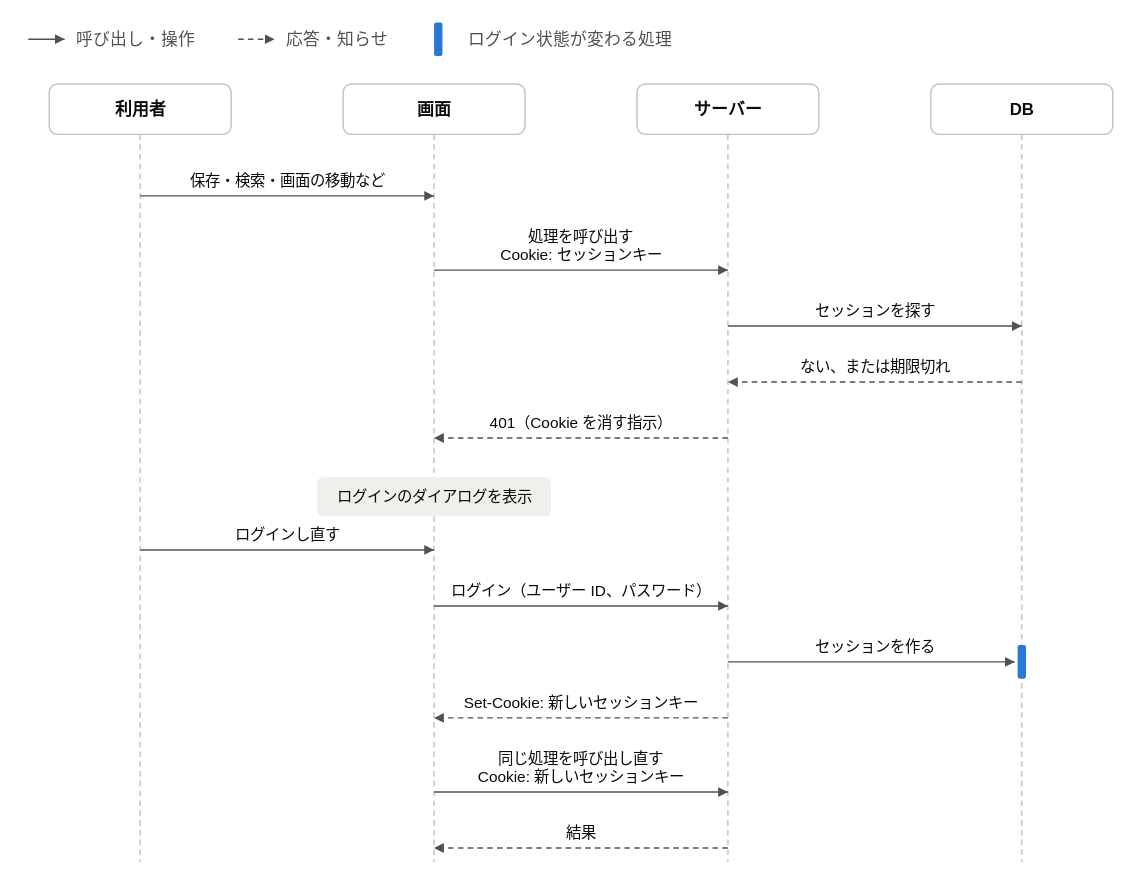
Above: demo/101_販売管理システム/標準仕様書/images/ログインの流れ_ログイン状態が切れていたとき.drawio.svg in halllky/NijoAppScaffold (draw.io), before the change. Source tidied: cells renumbered, new cells last; positions are measured from the earlier drawing's top-left corner, leaving out a move shared by most shapes.
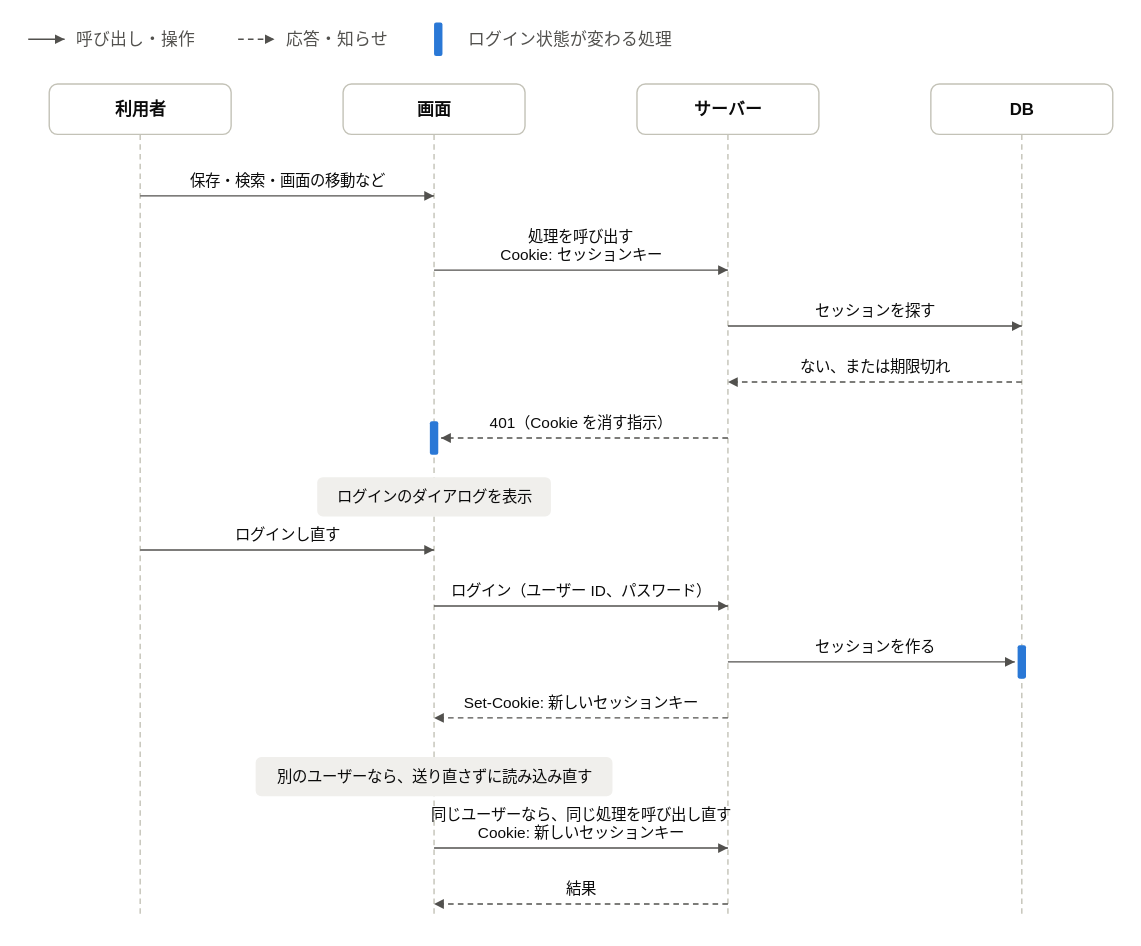
After the change.

Commit message:
デモ101 標準仕様書13章の流れ図を、本文の条件と食い違って見えないように直す

- ログインとログアウトの図：このタブは同じ URL のまま読み込み直すこと（AUTH-005）、ほかのタブはユーザーが変わったタブ、ログイン中だったタブだけが読み込み直すことを注記にする。
- ログイン状態が切れていたときの図：Cookie を消させる段に、ログイン状態が変わる処理の印を付ける。別のユーザーでログインし直したときは送り直さずに読み込み直し、同じユーザーのときだけ呼び出し直す分かれ道を描く。

Claude-Session: https://claude.ai/code/session_01VmEwDMyciJ5svY5fNVQSZm

Diff of the diagram source:
```diff
@@ -29,25 +29,25 @@
     <mxCell id="8" style="html=1;rounded=0;endArrow=none;endFill=1;endSize=6;startArrow=none;strokeColor=#c3c2b7;strokeWidth=1;fontSize=11;fontColor=#52514e;labelBackgroundColor=#ffffff;dashed=1;dashPattern=4 3;" parent="1" edge="1">
       <mxGeometry relative="1" as="geometry">
         <mxPoint x="80" y="80" as="sourcePoint" />
-        <mxPoint x="80" y="600" as="targetPoint" />
+        <mxPoint x="80" y="640" as="targetPoint" />
       </mxGeometry>
     </mxCell>
     <mxCell id="9" style="html=1;rounded=0;endArrow=none;endFill=1;endSize=6;startArrow=none;strokeColor=#c3c2b7;strokeWidth=1;fontSize=11;fontColor=#52514e;labelBackgroundColor=#ffffff;dashed=1;dashPattern=4 3;" parent="1" edge="1">
       <mxGeometry relative="1" as="geometry">
         <mxPoint x="290" y="80" as="sourcePoint" />
-        <mxPoint x="290" y="600" as="targetPoint" />
+        <mxPoint x="290" y="640" as="targetPoint" />
       </mxGeometry>
     </mxCell>
     <mxCell id="10" style="html=1;rounded=0;endArrow=none;endFill=1;endSize=6;startArrow=none;strokeColor=#c3c2b7;strokeWidth=1;fontSize=11;fontColor=#52514e;labelBackgroundColor=#ffffff;dashed=1;dashPattern=4 3;" parent="1" edge="1">
       <mxGeometry relative="1" as="geometry">
         <mxPoint x="500" y="80" as="sourcePoint" />
-        <mxPoint x="500" y="600" as="targetPoint" />
+        <mxPoint x="500" y="640" as="targetPoint" />
       </mxGeometry>
     </mxCell>
     <mxCell id="11" style="html=1;rounded=0;endArrow=none;endFill=1;endSize=6;startArrow=none;strokeColor=#c3c2b7;strokeWidth=1;fontSize=11;fontColor=#52514e;labelBackgroundColor=#ffffff;dashed=1;dashPattern=4 3;" parent="1" edge="1">
       <mxGeometry relative="1" as="geometry">
         <mxPoint x="710" y="80" as="sourcePoint" />
-        <mxPoint x="710" y="600" as="targetPoint" />
+        <mxPoint x="710" y="640" as="targetPoint" />
       </mxGeometry>
     </mxCell>
     <mxCell id="12" style="rounded=1;absoluteArcSize=1;arcSize=12;html=1;fillColor=#ffffff;strokeColor=#c3c2b7;strokeWidth=1;" parent="1" vertex="1">
@@ -113,74 +113,83 @@
     <mxCell id="28" style="html=1;rounded=0;endArrow=block;endFill=1;endSize=6;startArrow=none;strokeColor=#52514e;strokeWidth=1;fontSize=11;fontColor=#52514e;labelBackgroundColor=#ffffff;dashed=1;dashPattern=4 3;" parent="1" edge="1">
       <mxGeometry relative="1" as="geometry">
         <mxPoint x="500" y="297" as="sourcePoint" />
-        <mxPoint x="290" y="297" as="targetPoint" />
+        <mxPoint x="295" y="297" as="targetPoint" />
       </mxGeometry>
     </mxCell>
-    <mxCell id="29" value="401（Cookie を消す指示）" style="text;html=1;align=center;verticalAlign=middle;fontSize=11;fontColor=#0b0b0b;fontStyle=0;spacing=0;" parent="1" vertex="1">
-      <mxGeometry x="290" y="278" width="210" height="13" as="geometry" />
+    <mxCell id="29" style="rounded=1;absoluteArcSize=1;arcSize=3;html=1;fillColor=#2a78d6;strokeColor=none;strokeWidth=1;" parent="1" vertex="1">
+      <mxGeometry x="287" y="285" width="6" height="24" as="geometry" />
     </mxCell>
-    <mxCell id="30" style="rounded=1;absoluteArcSize=1;arcSize=8;html=1;fillColor=#f0efec;strokeColor=none;strokeWidth=1;" parent="1" vertex="1">
-      <mxGeometry x="206.5" y="325" width="167" height="28" as="geometry" />
+    <mxCell id="30" value="401（Cookie を消す指示）" style="text;html=1;align=center;verticalAlign=middle;fontSize=11;fontColor=#0b0b0b;fontStyle=0;spacing=0;" parent="1" vertex="1">
+      <mxGeometry x="290" y="278" width="210" height="13" as="geometry" />
     </mxCell>
-    <mxCell id="31" value="ログインのダイアログを表示" style="text;html=1;align=center;verticalAlign=middle;fontSize=11;fontColor=#0b0b0b;fontStyle=0;spacing=0;" parent="1" vertex="1">
-      <mxGeometry x="210.5" y="325" width="159" height="28" as="geometry" />
+    <mxCell id="31" style="rounded=1;absoluteArcSize=1;arcSize=8;html=1;fillColor=#f0efec;strokeColor=none;strokeWidth=1;" parent="1" vertex="1">
+      <mxGeometry x="206.5" y="325" width="167" height="28" as="geometry" />
     </mxCell>
-    <mxCell id="32" style="html=1;rounded=0;endArrow=block;endFill=1;endSize=6;startArrow=none;strokeColor=#52514e;strokeWidth=1;fontSize=11;fontColor=#52514e;labelBackgroundColor=#ffffff;" parent="1" edge="1">
-      <mxGeometry relative="1" as="geometry">
-        <mxPoint x="80" y="377" as="sourcePoint" />
-        <mxPoint x="290" y="377" as="targetPoint" />
-      </mxGeometry>
+    <mxCell id="32" value="ログインのダイアログを表示" style="text;html=1;align=center;verticalAlign=middle;fontSize=11;fontColor=#0b0b0b;fontStyle=0;spacing=0;" parent="1" vertex="1">
+      <mxGeometry x="210.5" y="325" width="159" height="28" as="geometry" />
     </mxCell>
-    <mxCell id="33" value="ログインし直す" style="text;html=1;align=center;verticalAlign=middle;fontSize=11;fontColor=#0b0b0b;fontStyle=0;spacing=0;" parent="1" vertex="1">
-      <mxGeometry x="80" y="358" width="210" height="13" as="geometry" />
+    <mxCell id="33" style="html=1;rounded=0;endArrow=block;endFill=1;endSize=6;startArrow=none;strokeColor=#52514e;strokeWidth=1;fontSize=11;fontColor=#52514e;labelBackgroundColor=#ffffff;" parent="1" edge="1">
+      <mxGeometry relative="1" as="geometry">
+        <mxPoint x="80" y="377" as="sourcePoint" />
+        <mxPoint x="290" y="377" as="targetPoint" />
+      </mxGeometry>
     </mxCell>
-    <mxCell id="34" style="html=1;rounded=0;endArrow=block;endFill=1;endSize=6;startArrow=none;strokeColor=#52514e;strokeWidth=1;fontSize=11;fontColor=#52514e;labelBackgroundColor=#ffffff;" parent="1" edge="1">
-      <mxGeometry relative="1" as="geometry">
-        <mxPoint x="290" y="417" as="sourcePoint" />
-        <mxPoint x="500" y="417" as="targetPoint" />
-      </mxGeometry>
+    <mxCell id="34" value="ログインし直す" style="text;html=1;align=center;verticalAlign=middle;fontSize=11;fontColor=#0b0b0b;fontStyle=0;spacing=0;" parent="1" vertex="1">
+      <mxGeometry x="80" y="358" width="210" height="13" as="geometry" />
     </mxCell>
-    <mxCell id="35" value="ログイン（ユーザー ID、パスワード）" style="text;html=1;align=center;verticalAlign=middle;fontSize=11;fontColor=#0b0b0b;fontStyle=0;spacing=0;" parent="1" vertex="1">
-      <mxGeometry x="290" y="398" width="210" height="13" as="geometry" />
+    <mxCell id="35" style="html=1;rounded=0;endArrow=block;endFill=1;endSize=6;startArrow=none;strokeColor=#52514e;strokeWidth=1;fontSize=11;fontColor=#52514e;labelBackgroundColor=#ffffff;" parent="1" edge="1">
+      <mxGeometry relative="1" as="geometry">
+        <mxPoint x="290" y="417" as="sourcePoint" />
+        <mxPoint x="500" y="417" as="targetPoint" />
+      </mxGeometry>
     </mxCell>
-    <mxCell id="36" style="html=1;rounded=0;endArrow=block;endFill=1;endSize=6;startArrow=none;strokeColor=#52514e;strokeWidth=1;fontSize=11;fontColor=#52514e;labelBackgroundColor=#ffffff;" parent="1" edge="1">
-      <mxGeometry relative="1" as="geometry">
-        <mxPoint x="500" y="457" as="sourcePoint" />
-        <mxPoint x="705" y="457" as="targetPoint" />
-      </mxGeometry>
+    <mxCell id="36" value="ログイン（ユーザー ID、パスワード）" style="text;html=1;align=center;verticalAlign=middle;fontSize=11;fontColor=#0b0b0b;fontStyle=0;spacing=0;" parent="1" vertex="1">
+      <mxGeometry x="290" y="398" width="210" height="13" as="geometry" />
     </mxCell>
-    <mxCell id="37" style="rounded=1;absoluteArcSize=1;arcSize=3;html=1;fillColor=#2a78d6;strokeColor=none;strokeWidth=1;" parent="1" vertex="1">
-      <mxGeometry x="707" y="445" width="6" height="24" as="geometry" />
+    <mxCell id="37" style="html=1;rounded=0;endArrow=block;endFill=1;endSize=6;startArrow=none;strokeColor=#52514e;strokeWidth=1;fontSize=11;fontColor=#52514e;labelBackgroundColor=#ffffff;" parent="1" edge="1">
+      <mxGeometry relative="1" as="geometry">
+        <mxPoint x="500" y="457" as="sourcePoint" />
+        <mxPoint x="705" y="457" as="targetPoint" />
+      </mxGeometry>
     </mxCell>
-    <mxCell id="38" value="セッションを作る" style="text;html=1;align=center;verticalAlign=middle;fontSize=11;fontColor=#0b0b0b;fontStyle=0;spacing=0;" parent="1" vertex="1">
-      <mxGeometry x="500" y="438" width="210" height="13" as="geometry" />
+    <mxCell id="38" style="rounded=1;absoluteArcSize=1;arcSize=3;html=1;fillColor=#2a78d6;strokeColor=none;strokeWidth=1;" parent="1" vertex="1">
+      <mxGeometry x="707" y="445" width="6" height="24" as="geometry" />
     </mxCell>
-    <mxCell id="39" style="html=1;rounded=0;endArrow=block;endFill=1;endSize=6;startArrow=none;strokeColor=#52514e;strokeWidth=1;fontSize=11;fontColor=#52514e;labelBackgroundColor=#ffffff;dashed=1;dashPattern=4 3;" parent="1" edge="1">
-      <mxGeometry relative="1" as="geometry">
-        <mxPoint x="500" y="497" as="sourcePoint" />
-        <mxPoint x="290" y="497" as="targetPoint" />
-      </mxGeometry>
+    <mxCell id="39" value="セッションを作る" style="text;html=1;align=center;verticalAlign=middle;fontSize=11;fontColor=#0b0b0b;fontStyle=0;spacing=0;" parent="1" vertex="1">
+      <mxGeometry x="500" y="438" width="210" height="13" as="geometry" />
     </mxCell>
-    <mxCell id="40" value="Set-Cookie: 新しいセッションキー" style="text;html=1;align=center;verticalAlign=middle;fontSize=11;fontColor=#0b0b0b;fontStyle=0;spacing=0;" parent="1" vertex="1">
-      <mxGeometry x="290" y="478" width="210" height="13" as="geometry" />
+    <mxCell id="40" style="html=1;rounded=0;endArrow=block;endFill=1;endSize=6;startArrow=none;strokeColor=#52514e;strokeWidth=1;fontSize=11;fontColor=#52514e;labelBackgroundColor=#ffffff;dashed=1;dashPattern=4 3;" parent="1" edge="1">
+      <mxGeometry relative="1" as="geometry">
+        <mxPoint x="500" y="497" as="sourcePoint" />
+        <mxPoint x="290" y="497" as="targetPoint" />
+      </mxGeometry>
     </mxCell>
-    <mxCell id="41" style="html=1;rounded=0;endArrow=block;endFill=1;endSize=6;startArrow=none;strokeColor=#52514e;strokeWidth=1;fontSize=11;fontColor=#52514e;labelBackgroundColor=#ffffff;" parent="1" edge="1">
-      <mxGeometry relative="1" as="geometry">
-        <mxPoint x="290" y="550" as="sourcePoint" />
-        <mxPoint x="500" y="550" as="targetPoint" />
-      </mxGeometry>
+    <mxCell id="41" value="Set-Cookie: 新しいセッションキー" style="text;html=1;align=center;verticalAlign=middle;fontSize=11;fontColor=#0b0b0b;fontStyle=0;spacing=0;" parent="1" vertex="1">
+      <mxGeometry x="290" y="478" width="210" height="13" as="geometry" />
     </mxCell>
-    <mxCell id="42" value="同じ処理を呼び出し直す&lt;br&gt;Cookie: 新しいセッションキー" style="text;html=1;align=center;verticalAlign=middle;fontSize=11;fontColor=#0b0b0b;fontStyle=0;spacing=0;" parent="1" vertex="1">
-      <mxGeometry x="290" y="518" width="210" height="26" as="geometry" />
+    <mxCell id="42" style="rounded=1;absoluteArcSize=1;arcSize=8;html=1;fillColor=#f0efec;strokeColor=none;strokeWidth=1;" parent="1" vertex="1">
+      <mxGeometry x="162.5" y="525" width="255" height="28" as="geometry" />
     </mxCell>
-    <mxCell id="43" style="html=1;rounded=0;endArrow=block;endFill=1;endSize=6;startArrow=none;strokeColor=#52514e;strokeWidth=1;fontSize=11;fontColor=#52514e;labelBackgroundColor=#ffffff;dashed=1;dashPattern=4 3;" parent="1" edge="1">
-      <mxGeometry relative="1" as="geometry">
-        <mxPoint x="500" y="590" as="sourcePoint" />
-        <mxPoint x="290" y="590" as="targetPoint" />
-      </mxGeometry>
+    <mxCell id="43" value="別のユーザーなら、送り直さずに読み込み直す" style="text;html=1;align=center;verticalAlign=middle;fontSize=11;fontColor=#0b0b0b;fontStyle=0;spacing=0;" parent="1" vertex="1">
+      <mxGeometry x="166.5" y="525" width="247" height="28" as="geometry" />
     </mxCell>
-    <mxCell id="44" value="結果" style="text;html=1;align=center;verticalAlign=middle;fontSize=11;fontColor=#0b0b0b;fontStyle=0;spacing=0;" parent="1" vertex="1">
-      <mxGeometry x="290" y="571" width="210" height="13" as="geometry" />
+    <mxCell id="44" style="html=1;rounded=0;endArrow=block;endFill=1;endSize=6;startArrow=none;strokeColor=#52514e;strokeWidth=1;fontSize=11;fontColor=#52514e;labelBackgroundColor=#ffffff;" parent="1" edge="1">
+      <mxGeometry relative="1" as="geometry">
+        <mxPoint x="290" y="590" as="sourcePoint" />
+        <mxPoint x="500" y="590" as="targetPoint" />
+      </mxGeometry>
     </mxCell>
+    <mxCell id="45" value="同じユーザーなら、同じ処理を呼び出し直す&lt;br&gt;Cookie: 新しいセッションキー" style="text;html=1;align=center;verticalAlign=middle;fontSize=11;fontColor=#0b0b0b;fontStyle=0;spacing=0;" parent="1" vertex="1">
+      <mxGeometry x="285" y="558" width="220" height="26" as="geometry" />
+    </mxCell>
+    <mxCell id="46" style="html=1;rounded=0;endArrow=block;endFill=1;endSize=6;startArrow=none;strokeColor=#52514e;strokeWidth=1;fontSize=11;fontColor=#52514e;labelBackgroundColor=#ffffff;dashed=1;dashPattern=4 3;" parent="1" edge="1">
+      <mxGeometry relative="1" as="geometry">
+        <mxPoint x="500" y="630" as="sourcePoint" />
+        <mxPoint x="290" y="630" as="targetPoint" />
+      </mxGeometry>
+    </mxCell>
+    <mxCell id="47" value="結果" style="text;html=1;align=center;verticalAlign=middle;fontSize=11;fontColor=#0b0b0b;fontStyle=0;spacing=0;" parent="1" vertex="1">
+      <mxGeometry x="290" y="611" width="210" height="13" as="geometry" />
+    </mxCell>
   </root>
 </mxGraphModel>
```
